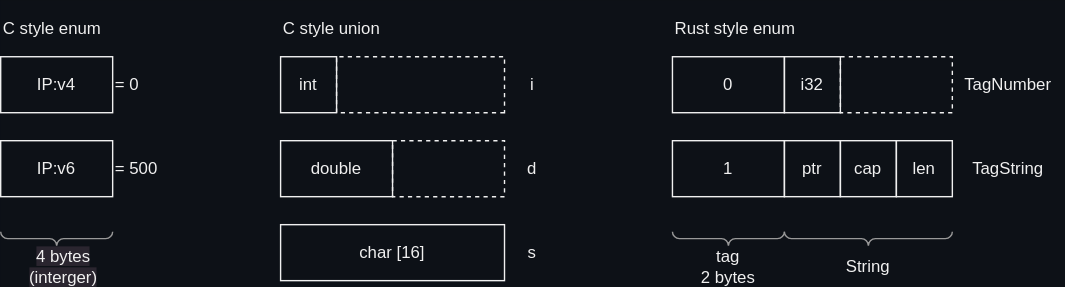
Before: docs/rust/memory_layout/images/enum.drawio.svg, a diagram exported from draw.io (htgithub194/self-study). Source tidied: cells renumbered, new cells last; positions are measured from the earlier drawing's top-left corner, leaving out a move shared by most shapes.
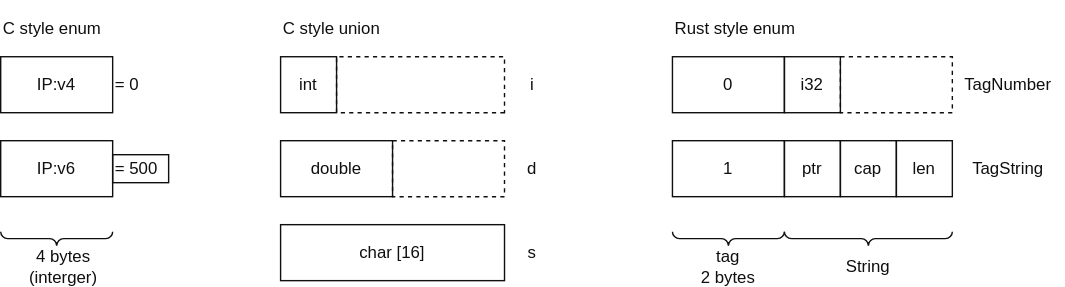
The same file after the commit.

Change to the diagram source:
```diff
@@ -1,96 +1,99 @@
-<mxGraphModel background="#0D1117">
+<mxGraphModel>
   <root>
     <mxCell id="0" />
     <mxCell id="1" parent="0" />
-    <mxCell id="2" value="&amp;nbsp;= 0" style="text;html=1;strokeColor=none;fillColor=none;align=left;verticalAlign=middle;whiteSpace=wrap;rounded=0;fontColor=#F0F0F0;" parent="1" vertex="1">
+    <mxCell id="2" value="&amp;nbsp;= 0" style="text;html=1;strokeColor=none;fillColor=none;align=left;verticalAlign=middle;whiteSpace=wrap;rounded=0;fontColor=light-dark(#0F0F0F,#F0F0F0);" parent="1" vertex="1">
       <mxGeometry x="80" y="50" width="40" height="20" as="geometry" />
     </mxCell>
-    <mxCell id="3" value="IP:v4" style="rounded=0;whiteSpace=wrap;html=1;flipH=1;flipV=1;fillColor=none;fontColor=#F0F0F0;strokeColor=#F0F0F0;" parent="1" vertex="1">
+    <mxCell id="3" value="IP:v4" style="rounded=0;whiteSpace=wrap;html=1;flipH=1;flipV=1;fillColor=none;fontColor=light-dark(#0F0F0F,#F0F0F0);strokeColor=light-dark(#0F0F0F,#F0F0F0);" parent="1" vertex="1">
       <mxGeometry y="40" width="80" height="40" as="geometry" />
     </mxCell>
-    <mxCell id="4" value="IP:v6" style="rounded=0;whiteSpace=wrap;html=1;flipH=1;flipV=1;fillColor=none;fontColor=#F0F0F0;strokeColor=#F0F0F0;" parent="1" vertex="1">
+    <mxCell id="4" value="IP:v6" style="rounded=0;whiteSpace=wrap;html=1;flipH=1;flipV=1;fillColor=none;fontColor=light-dark(#0F0F0F,#F0F0F0);strokeColor=light-dark(#0F0F0F,#F0F0F0);" parent="1" vertex="1">
       <mxGeometry y="100" width="80" height="40" as="geometry" />
     </mxCell>
-    <mxCell id="5" value="&amp;nbsp;= 500" style="text;html=1;strokeColor=none;fillColor=none;align=left;verticalAlign=middle;whiteSpace=wrap;rounded=0;fontColor=#F0F0F0;" parent="1" vertex="1">
+    <mxCell id="5" value="&amp;nbsp;= 500" style="text;html=1;strokeColor=light-dark(#0F0F0F,#F0F0F0);fillColor=none;align=left;verticalAlign=middle;whiteSpace=wrap;rounded=0;fontColor=light-dark(#0F0F0F,#F0F0F0);" parent="1" vertex="1">
       <mxGeometry x="80" y="110" width="40" height="20" as="geometry" />
     </mxCell>
-    <mxCell id="6" style="verticalLabelPosition=bottom;shadow=0;dashed=0;align=center;html=1;verticalAlign=top;strokeWidth=1;shape=mxgraph.mockup.markup.curlyBrace;strokeColor=#999999;rotation=-180;fontColor=#F0F0F0;" parent="1" vertex="1">
+    <mxCell id="6" style="verticalLabelPosition=bottom;shadow=0;dashed=0;align=center;html=1;verticalAlign=top;strokeWidth=1;shape=mxgraph.mockup.markup.curlyBrace;strokeColor=light-dark(#0F0F0F,#F0F0F0);rotation=-180;fontColor=light-dark(#0F0F0F,#F0F0F0);" parent="1" vertex="1">
       <mxGeometry y="165" width="80" height="10" as="geometry" />
     </mxCell>
-    <mxCell id="7" value="Rust style enum" style="text;html=1;strokeColor=none;fillColor=none;align=left;verticalAlign=middle;whiteSpace=wrap;rounded=0;fontColor=#F0F0F0;" parent="1" vertex="1">
+    <mxCell id="7" value="Rust style enum" style="text;html=1;strokeColor=none;fillColor=none;align=left;verticalAlign=middle;whiteSpace=wrap;rounded=0;fontColor=light-dark(#0F0F0F,#F0F0F0);" parent="1" vertex="1">
       <mxGeometry x="480" width="160" height="40" as="geometry" />
     </mxCell>
-    <mxCell id="8" value="C style enum" style="text;html=1;strokeColor=none;fillColor=none;align=left;verticalAlign=middle;whiteSpace=wrap;rounded=0;fontColor=#F0F0F0;" parent="1" vertex="1">
+    <mxCell id="8" value="C style enum" style="text;html=1;strokeColor=none;fillColor=none;align=left;verticalAlign=middle;whiteSpace=wrap;rounded=0;fontColor=light-dark(#0F0F0F,#F0F0F0);" parent="1" vertex="1">
       <mxGeometry width="80" height="40" as="geometry" />
     </mxCell>
-    <mxCell id="9" value="1" style="rounded=0;whiteSpace=wrap;html=1;flipH=1;flipV=1;fillColor=none;fontColor=#F0F0F0;strokeColor=#F0F0F0;" parent="1" vertex="1">
+    <mxCell id="9" value="1" style="rounded=0;whiteSpace=wrap;html=1;flipH=1;flipV=1;fillColor=none;fontColor=light-dark(#0F0F0F,#F0F0F0);strokeColor=light-dark(#0F0F0F,#F0F0F0);" parent="1" vertex="1">
       <mxGeometry x="480" y="100" width="80" height="40" as="geometry" />
     </mxCell>
-    <mxCell id="10" value="ptr" style="rounded=0;whiteSpace=wrap;html=1;flipH=1;flipV=1;fillColor=none;fontColor=#F0F0F0;strokeColor=#F0F0F0;" parent="1" vertex="1">
+    <mxCell id="10" value="ptr" style="rounded=0;whiteSpace=wrap;html=1;flipH=1;flipV=1;fillColor=none;fontColor=light-dark(#0F0F0F,#F0F0F0);strokeColor=light-dark(#0F0F0F,#F0F0F0);" parent="1" vertex="1">
       <mxGeometry x="560" y="100" width="40" height="40" as="geometry" />
     </mxCell>
-    <mxCell id="11" value="cap" style="rounded=0;whiteSpace=wrap;html=1;flipH=1;flipV=1;fillColor=none;fontColor=#F0F0F0;strokeColor=#F0F0F0;" parent="1" vertex="1">
+    <mxCell id="11" value="cap" style="rounded=0;whiteSpace=wrap;html=1;flipH=1;flipV=1;fillColor=none;fontColor=light-dark(#0F0F0F,#F0F0F0);strokeColor=light-dark(#0F0F0F,#F0F0F0);" parent="1" vertex="1">
       <mxGeometry x="600" y="100" width="40" height="40" as="geometry" />
     </mxCell>
-    <mxCell id="12" value="len" style="rounded=0;whiteSpace=wrap;html=1;flipH=1;flipV=1;fillColor=none;fontColor=#F0F0F0;strokeColor=#F0F0F0;" parent="1" vertex="1">
+    <mxCell id="12" value="len" style="rounded=0;whiteSpace=wrap;html=1;flipH=1;flipV=1;fillColor=none;fontColor=light-dark(#0F0F0F,#F0F0F0);strokeColor=light-dark(#0F0F0F,#F0F0F0);" parent="1" vertex="1">
       <mxGeometry x="640" y="100" width="40" height="40" as="geometry" />
     </mxCell>
-    <mxCell id="13" style="verticalLabelPosition=bottom;shadow=0;dashed=0;align=center;html=1;verticalAlign=top;strokeWidth=1;shape=mxgraph.mockup.markup.curlyBrace;strokeColor=#999999;rotation=-180;fontColor=#F0F0F0;" parent="1" vertex="1">
+    <mxCell id="13" style="verticalLabelPosition=bottom;shadow=0;dashed=0;align=center;html=1;verticalAlign=top;strokeWidth=1;shape=mxgraph.mockup.markup.curlyBrace;strokeColor=light-dark(#0F0F0F,#F0F0F0);rotation=-180;fontColor=light-dark(#0F0F0F,#F0F0F0);" parent="1" vertex="1">
       <mxGeometry x="480" y="165" width="80" height="10" as="geometry" />
     </mxCell>
-    <mxCell id="14" value="tag&lt;br&gt;2 bytes" style="text;html=1;strokeColor=none;fillColor=none;align=center;verticalAlign=middle;whiteSpace=wrap;rounded=0;fontColor=#F0F0F0;" parent="1" vertex="1">
+    <mxCell id="14" value="tag&lt;br&gt;2 bytes" style="text;html=1;strokeColor=none;fillColor=none;align=center;verticalAlign=middle;whiteSpace=wrap;rounded=0;fontColor=light-dark(#0F0F0F,#F0F0F0);" parent="1" vertex="1">
       <mxGeometry x="480" y="180" width="80" height="20" as="geometry" />
     </mxCell>
-    <mxCell id="15" style="verticalLabelPosition=bottom;shadow=0;dashed=0;align=center;html=1;verticalAlign=top;strokeWidth=1;shape=mxgraph.mockup.markup.curlyBrace;strokeColor=#999999;rotation=-180;fontColor=#F0F0F0;" parent="1" vertex="1">
+    <mxCell id="15" style="verticalLabelPosition=bottom;shadow=0;dashed=0;align=center;html=1;verticalAlign=top;strokeWidth=1;shape=mxgraph.mockup.markup.curlyBrace;strokeColor=light-dark(#0F0F0F,#F0F0F0);rotation=-180;fontColor=light-dark(#0F0F0F,#F0F0F0);" parent="1" vertex="1">
       <mxGeometry x="560" y="165" width="120" height="10" as="geometry" />
     </mxCell>
-    <mxCell id="16" value="String" style="text;html=1;strokeColor=none;fillColor=none;align=center;verticalAlign=middle;whiteSpace=wrap;rounded=0;fontColor=#F0F0F0;" parent="1" vertex="1">
+    <mxCell id="16" value="String" style="text;html=1;strokeColor=none;fillColor=none;align=center;verticalAlign=middle;whiteSpace=wrap;rounded=0;fontColor=light-dark(#0F0F0F,#F0F0F0);" parent="1" vertex="1">
       <mxGeometry x="560" y="180" width="120" height="20" as="geometry" />
     </mxCell>
-    <mxCell id="17" value="TagString" style="text;html=1;strokeColor=none;fillColor=none;align=center;verticalAlign=middle;whiteSpace=wrap;rounded=0;fontColor=#F0F0F0;" parent="1" vertex="1">
+    <mxCell id="17" value="TagString" style="text;html=1;strokeColor=none;fillColor=none;align=center;verticalAlign=middle;whiteSpace=wrap;rounded=0;fontColor=light-dark(#0F0F0F,#F0F0F0);" parent="1" vertex="1">
       <mxGeometry x="680" y="110" width="80" height="20" as="geometry" />
     </mxCell>
-    <mxCell id="18" value="&lt;span style=&quot;font-family: Helvetica; font-size: 12px; font-style: normal; font-variant-ligatures: normal; font-variant-caps: normal; font-weight: 400; letter-spacing: normal; orphans: 2; text-indent: 0px; text-transform: none; widows: 2; word-spacing: 0px; -webkit-text-stroke-width: 0px; background-color: rgb(42, 37, 47); text-decoration-thickness: initial; text-decoration-style: initial; text-decoration-color: initial; float: none; display: inline !important;&quot;&gt;4 bytes (interger)&lt;/span&gt;" style="text;whiteSpace=wrap;html=1;align=center;verticalAlign=middle;fontColor=#F0F0F0;" parent="1" vertex="1">
+    <mxCell id="18" value="&lt;span style=&quot;font-family: Helvetica; font-size: 12px; font-style: normal; font-variant-ligatures: normal; font-variant-caps: normal; font-weight: 400; letter-spacing: normal; orphans: 2; text-indent: 0px; text-transform: none; widows: 2; word-spacing: 0px; -webkit-text-stroke-width: 0px; text-decoration-thickness: initial; text-decoration-style: initial; text-decoration-color: initial; float: none; display: inline !important;&quot;&gt;4 bytes (interger)&lt;/span&gt;" style="text;whiteSpace=wrap;html=1;align=center;verticalAlign=middle;fontColor=light-dark(#0F0F0F,#F0F0F0);strokeColor=none;labelBackgroundColor=none;" parent="1" vertex="1">
       <mxGeometry y="180" width="90" height="20" as="geometry" />
     </mxCell>
-    <mxCell id="19" value="0" style="rounded=0;whiteSpace=wrap;html=1;flipH=1;flipV=1;fillColor=none;fontColor=#F0F0F0;strokeColor=#F0F0F0;" parent="1" vertex="1">
+    <mxCell id="19" value="0" style="rounded=0;whiteSpace=wrap;html=1;flipH=1;flipV=1;fillColor=none;fontColor=light-dark(#0F0F0F,#F0F0F0);strokeColor=light-dark(#0F0F0F,#F0F0F0);" parent="1" vertex="1">
       <mxGeometry x="480" y="40" width="80" height="40" as="geometry" />
     </mxCell>
-    <mxCell id="20" value="i32" style="rounded=0;whiteSpace=wrap;html=1;flipH=1;flipV=1;fillColor=none;fontColor=#F0F0F0;strokeColor=#F0F0F0;" parent="1" vertex="1">
+    <mxCell id="20" value="i32" style="rounded=0;whiteSpace=wrap;html=1;flipH=1;flipV=1;fillColor=none;fontColor=light-dark(#0F0F0F,#F0F0F0);strokeColor=light-dark(#0F0F0F,#F0F0F0);" parent="1" vertex="1">
       <mxGeometry x="560" y="40" width="40" height="40" as="geometry" />
     </mxCell>
-    <mxCell id="21" value="&lt;span style=&quot;&quot;&gt;TagNumber&lt;/span&gt;" style="text;html=1;strokeColor=none;fillColor=none;align=center;verticalAlign=middle;whiteSpace=wrap;rounded=0;fontColor=#F0F0F0;" parent="1" vertex="1">
+    <mxCell id="21" value="&lt;span style=&quot;&quot;&gt;TagNumber&lt;/span&gt;" style="text;html=1;strokeColor=none;fillColor=none;align=center;verticalAlign=middle;whiteSpace=wrap;rounded=0;fontColor=light-dark(#0F0F0F,#F0F0F0);" parent="1" vertex="1">
       <mxGeometry x="680" y="50" width="80" height="20" as="geometry" />
     </mxCell>
-    <mxCell id="22" style="rounded=0;whiteSpace=wrap;html=1;flipH=1;flipV=1;fillColor=none;fontColor=#F0F0F0;strokeColor=#F0F0F0;dashed=1;" parent="1" vertex="1">
+    <mxCell id="22" style="rounded=0;whiteSpace=wrap;html=1;flipH=1;flipV=1;fillColor=none;fontColor=light-dark(#0F0F0F,#F0F0F0);strokeColor=light-dark(#0F0F0F,#F0F0F0);dashed=1;" parent="1" vertex="1">
       <mxGeometry x="600" y="40" width="80" height="40" as="geometry" />
     </mxCell>
-    <mxCell id="23" value="C style union" style="text;html=1;strokeColor=none;fillColor=none;align=left;verticalAlign=middle;whiteSpace=wrap;rounded=0;fontColor=#F0F0F0;" parent="1" vertex="1">
+    <mxCell id="23" value="C style union" style="text;html=1;strokeColor=none;fillColor=none;align=left;verticalAlign=middle;whiteSpace=wrap;rounded=0;fontColor=light-dark(#0F0F0F,#F0F0F0);" parent="1" vertex="1">
       <mxGeometry x="200" width="160" height="40" as="geometry" />
     </mxCell>
-    <mxCell id="24" value="char [16]" style="rounded=0;whiteSpace=wrap;html=1;flipH=1;flipV=1;fillColor=none;fontColor=#F0F0F0;strokeColor=#F0F0F0;" parent="1" vertex="1">
+    <mxCell id="24" value="char [16]" style="rounded=0;whiteSpace=wrap;html=1;flipH=1;flipV=1;fillColor=none;fontColor=light-dark(#0F0F0F,#F0F0F0);strokeColor=light-dark(#0F0F0F,#F0F0F0);" parent="1" vertex="1">
       <mxGeometry x="200" y="160" width="160" height="40" as="geometry" />
     </mxCell>
-    <mxCell id="25" value="d" style="text;html=1;strokeColor=none;fillColor=none;align=center;verticalAlign=middle;whiteSpace=wrap;rounded=0;fontColor=#F0F0F0;" parent="1" vertex="1">
+    <mxCell id="25" value="d" style="text;html=1;strokeColor=none;fillColor=none;align=center;verticalAlign=middle;whiteSpace=wrap;rounded=0;fontColor=light-dark(#0F0F0F,#F0F0F0);" parent="1" vertex="1">
       <mxGeometry x="360" y="110" width="40" height="20" as="geometry" />
     </mxCell>
-    <mxCell id="26" value="int" style="rounded=0;whiteSpace=wrap;html=1;flipH=1;flipV=1;fillColor=none;fontColor=#F0F0F0;strokeColor=#F0F0F0;" parent="1" vertex="1">
+    <mxCell id="26" value="int" style="rounded=0;whiteSpace=wrap;html=1;flipH=1;flipV=1;fillColor=none;fontColor=light-dark(#0F0F0F,#F0F0F0);strokeColor=light-dark(#0F0F0F,#F0F0F0);" parent="1" vertex="1">
       <mxGeometry x="200" y="40" width="40" height="40" as="geometry" />
     </mxCell>
-    <mxCell id="27" value="&lt;span style=&quot;&quot;&gt;i&lt;/span&gt;" style="text;html=1;strokeColor=none;fillColor=none;align=center;verticalAlign=middle;whiteSpace=wrap;rounded=0;fontColor=#F0F0F0;" parent="1" vertex="1">
+    <mxCell id="27" value="&lt;span style=&quot;&quot;&gt;i&lt;/span&gt;" style="text;html=1;strokeColor=none;fillColor=none;align=center;verticalAlign=middle;whiteSpace=wrap;rounded=0;fontColor=light-dark(#0F0F0F,#F0F0F0);" parent="1" vertex="1">
       <mxGeometry x="360" y="50" width="40" height="20" as="geometry" />
     </mxCell>
-    <mxCell id="28" style="rounded=0;whiteSpace=wrap;html=1;flipH=1;flipV=1;fillColor=none;fontColor=#F0F0F0;strokeColor=#F0F0F0;dashed=1;" parent="1" vertex="1">
+    <mxCell id="28" style="rounded=0;whiteSpace=wrap;html=1;flipH=1;flipV=1;fillColor=none;fontColor=light-dark(#0F0F0F,#F0F0F0);strokeColor=light-dark(#0F0F0F,#F0F0F0);dashed=1;" parent="1" vertex="1">
       <mxGeometry x="240" y="40" width="120" height="40" as="geometry" />
     </mxCell>
-    <mxCell id="29" value="double" style="rounded=0;whiteSpace=wrap;html=1;flipH=1;flipV=1;fillColor=none;fontColor=#F0F0F0;strokeColor=#F0F0F0;" parent="1" vertex="1">
+    <mxCell id="29" value="double" style="rounded=0;whiteSpace=wrap;html=1;flipH=1;flipV=1;fillColor=none;fontColor=light-dark(#0F0F0F,#F0F0F0);strokeColor=light-dark(#0F0F0F,#F0F0F0);" parent="1" vertex="1">
       <mxGeometry x="200" y="100" width="80" height="40" as="geometry" />
     </mxCell>
-    <mxCell id="30" style="rounded=0;whiteSpace=wrap;html=1;flipH=1;flipV=1;fillColor=none;fontColor=#F0F0F0;strokeColor=#F0F0F0;dashed=1;" parent="1" vertex="1">
+    <mxCell id="30" style="rounded=0;whiteSpace=wrap;html=1;flipH=1;flipV=1;fillColor=none;fontColor=light-dark(#0F0F0F,#F0F0F0);strokeColor=light-dark(#0F0F0F,#F0F0F0);dashed=1;" parent="1" vertex="1">
       <mxGeometry x="280" y="100" width="80" height="40" as="geometry" />
     </mxCell>
-    <mxCell id="31" value="s" style="text;html=1;strokeColor=none;fillColor=none;align=center;verticalAlign=middle;whiteSpace=wrap;rounded=0;fontColor=#F0F0F0;" parent="1" vertex="1">
+    <mxCell id="31" value="s" style="text;html=1;strokeColor=none;fillColor=none;align=center;verticalAlign=middle;whiteSpace=wrap;rounded=0;fontColor=light-dark(#0F0F0F,#F0F0F0);" parent="1" vertex="1">
       <mxGeometry x="360" y="170" width="40" height="20" as="geometry" />
     </mxCell>
+    <mxCell id="32" style="edgeStyle=none;html=1;exitX=0.5;exitY=0;exitDx=0;exitDy=0;entryX=0.5;entryY=1;entryDx=0;entryDy=0;strokeColor=none;" parent="1" edge="1" source="5" target="5">
+      <mxGeometry relative="1" as="geometry" />
+    </mxCell>
   </root>
 </mxGraphModel>
```
